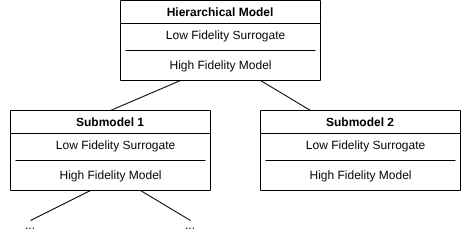
Above: notes/assets/hierarchical-modelling-node.drawio.png in bertkdowns/thesis (draw.io), before the change. Source tidied: cells renumbered, new cells last; positions are measured from the earlier drawing's top-left corner, leaving out a move shared by most shapes.
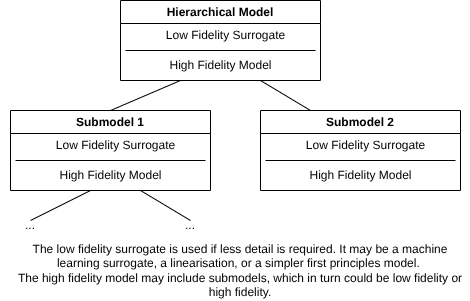
The same diagram one commit later.

Commit message:
Updated Hierarchical modelling

What changed in the source:
```diff
@@ -75,5 +75,8 @@
     <mxCell id="19" value="..." style="text;html=1;align=center;verticalAlign=middle;whiteSpace=wrap;rounded=0;" parent="1" vertex="1">
       <mxGeometry x="160" y="210" width="60" height="30" as="geometry" />
     </mxCell>
+    <mxCell id="20" value="The low fidelity surrogate is used if less detail is required. It may be a machine learning surrogate, a linearisation, or a simpler first principles model.&amp;nbsp;&lt;div&gt;The high fidelity model may include submodels, which in turn could be low fidelity or high fidelity.&lt;/div&gt;" style="text;html=1;align=center;verticalAlign=middle;whiteSpace=wrap;rounded=0;" parent="1" vertex="1">
+      <mxGeometry x="10" y="240" width="460" height="60" as="geometry" />
+    </mxCell>
   </root>
 </mxGraphModel>
```
